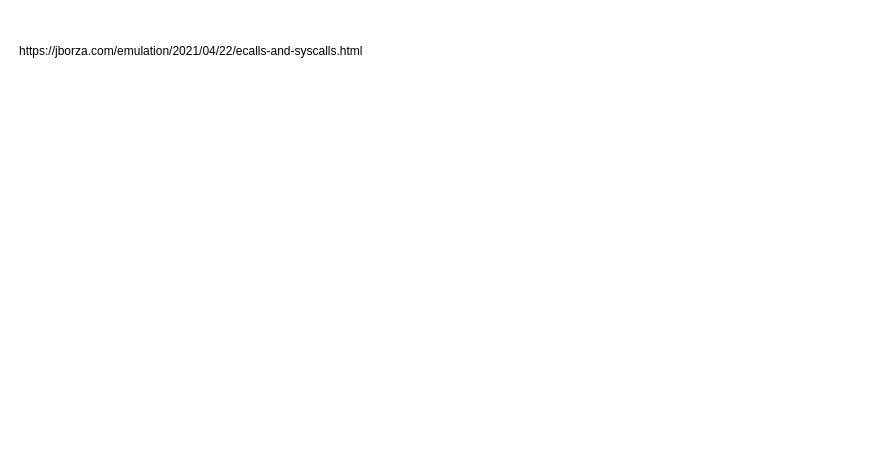
Earlier version of the draw.io diagram page "Kernel" (8 of 8) of doc/friscv.drawio (dpretet/friscv). Source tidied: cells renumbered, new cells numbered last; positions are measured from the earlier drawing's top-left corner, leaving out a move shared by most shapes. Both pictures are drawn from the tidied source at 100%, with x=0, y=0 at pixel (17, 37).
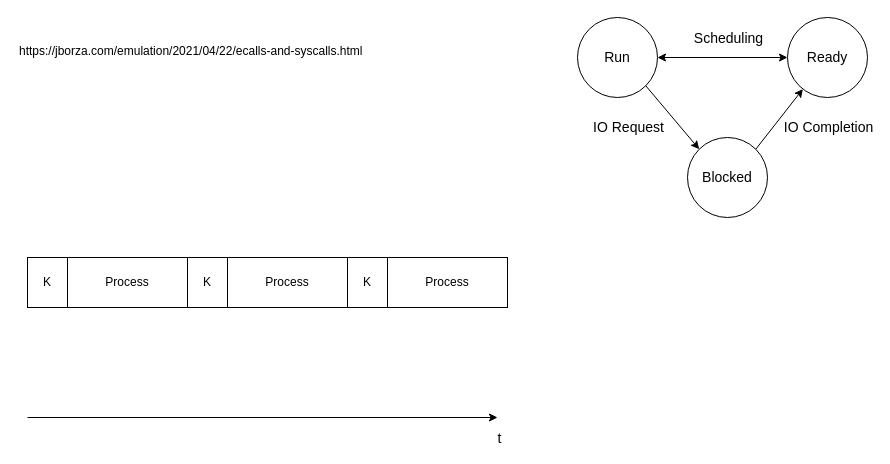
The same diagram, later.

The edit, as a diff of the source:
```diff
@@
+    <mxCell id="3" value="K" style="rounded=0;whiteSpace=wrap;html=1;" parent="1" vertex="1">
+      <mxGeometry x="10" y="220" width="40" height="50" as="geometry" />
+    </mxCell>
+    <mxCell id="4" value="Process" style="rounded=0;whiteSpace=wrap;html=1;" parent="1" vertex="1">
+      <mxGeometry x="50" y="220" width="120" height="50" as="geometry" />
+    </mxCell>
+    <mxCell id="5" value="K" style="rounded=0;whiteSpace=wrap;html=1;" parent="1" vertex="1">
+      <mxGeometry x="170" y="220" width="40" height="50" as="geometry" />
+    </mxCell>
+    <mxCell id="6" value="Process" style="rounded=0;whiteSpace=wrap;html=1;" parent="1" vertex="1">
+      <mxGeometry x="210" y="220" width="120" height="50" as="geometry" />
+    </mxCell>
+    <mxCell id="7" style="endArrow=classic;html=1;rounded=0;" parent="1" edge="1">
+      <mxGeometry relative="1" as="geometry">
+        <mxPoint x="10" y="380" as="sourcePoint" />
+        <mxPoint x="480" y="380" as="targetPoint" />
+      </mxGeometry>
+    </mxCell>
+    <mxCell id="8" value="t" style="edgeLabel;html=1;align=center;verticalAlign=middle;fontSize=14;" parent="7" vertex="1">
+      <mxGeometry x="0.31" y="-1" relative="1" as="geometry">
+        <mxPoint x="163" y="19" as="offset" />
+      </mxGeometry>
+    </mxCell>
+    <mxCell id="9" value="K" style="rounded=0;whiteSpace=wrap;html=1;" parent="1" vertex="1">
+      <mxGeometry x="330" y="220" width="40" height="50" as="geometry" />
+    </mxCell>
+    <mxCell id="10" value="Process" style="rounded=0;whiteSpace=wrap;html=1;" parent="1" vertex="1">
+      <mxGeometry x="370" y="220" width="120" height="50" as="geometry" />
+    </mxCell>
+    <mxCell id="11" style="rounded=0;jettySize=auto;html=1;exitX=1;exitY=1;exitDx=0;exitDy=0;entryX=0;entryY=0;entryDx=0;entryDy=0;fontSize=14;" parent="1" edge="1" source="15" target="19">
+      <mxGeometry relative="1" as="geometry" />
+    </mxCell>
+    <mxCell id="12" value="IO Request" style="edgeLabel;html=1;align=center;verticalAlign=middle;fontSize=14;" parent="11" vertex="1">
+      <mxGeometry x="-0.14" relative="1" as="geometry">
+        <mxPoint x="-41" y="14" as="offset" />
+      </mxGeometry>
+    </mxCell>
+    <mxCell id="13" style="edgeStyle=none;rounded=0;jettySize=auto;html=1;exitX=1;exitY=0.5;exitDx=0;exitDy=0;entryX=0;entryY=0.5;entryDx=0;entryDy=0;fontSize=14;startArrow=classic;startFill=1;" parent="1" edge="1" source="15" target="16">
+      <mxGeometry relative="1" as="geometry" />
+    </mxCell>
+    <mxCell id="14" value="Scheduling" style="edgeLabel;html=1;align=center;verticalAlign=middle;fontSize=14;" parent="13" vertex="1">
+      <mxGeometry x="-0.02" y="3" relative="1" as="geometry">
+        <mxPoint x="6" y="-17" as="offset" />
+      </mxGeometry>
+    </mxCell>
+    <mxCell id="15" value="Run" style="ellipse;whiteSpace=wrap;html=1;fontSize=14;" parent="1" vertex="1">
+      <mxGeometry x="560" y="-20" width="80" height="80" as="geometry" />
+    </mxCell>
+    <mxCell id="16" value="Ready" style="ellipse;whiteSpace=wrap;html=1;fontSize=14;" parent="1" vertex="1">
+      <mxGeometry x="770" y="-20" width="80" height="80" as="geometry" />
+    </mxCell>
+    <mxCell id="17" style="edgeStyle=none;rounded=0;jettySize=auto;html=1;exitX=1;exitY=0;exitDx=0;exitDy=0;fontSize=14;" parent="1" edge="1" source="19" target="16">
+      <mxGeometry relative="1" as="geometry" />
+    </mxCell>
+    <mxCell id="18" value="IO Completion" style="edgeLabel;html=1;align=center;verticalAlign=middle;fontSize=14;" parent="17" vertex="1">
+      <mxGeometry x="-0.07" y="3" relative="1" as="geometry">
+        <mxPoint x="52" y="8" as="offset" />
+      </mxGeometry>
+    </mxCell>
+    <mxCell id="19" value="Blocked" style="ellipse;whiteSpace=wrap;html=1;fontSize=14;" parent="1" vertex="1">
+      <mxGeometry x="670" y="100" width="80" height="80" as="geometry" />
+    </mxCell>
```
